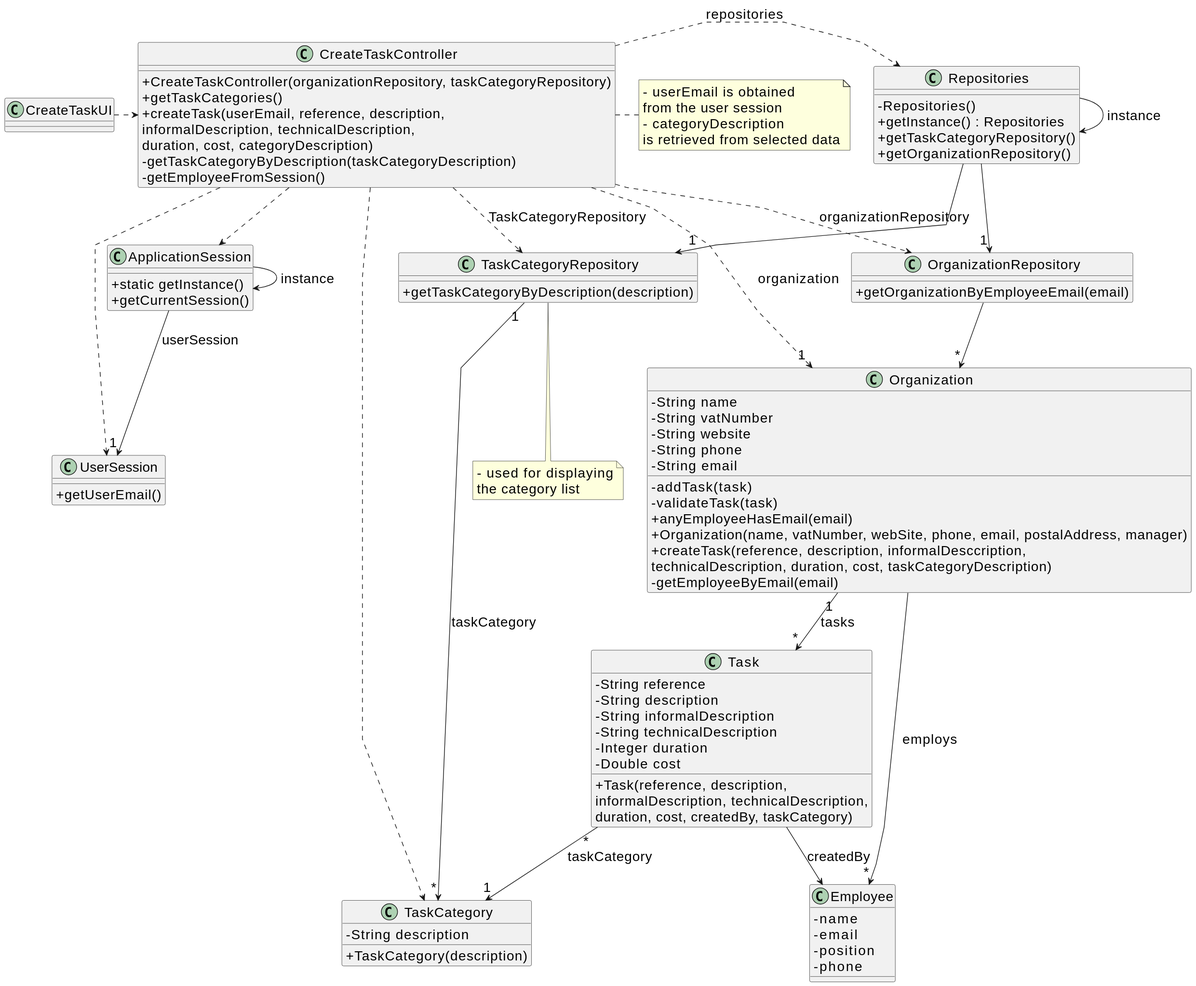
Before: docs/sprintB/us001/03.design/svg/us001-class-diagram.svg, a diagram exported from PlantUML (Departamento-de-Engenharia-Informatica/lei-24-s2-1dl-g121).
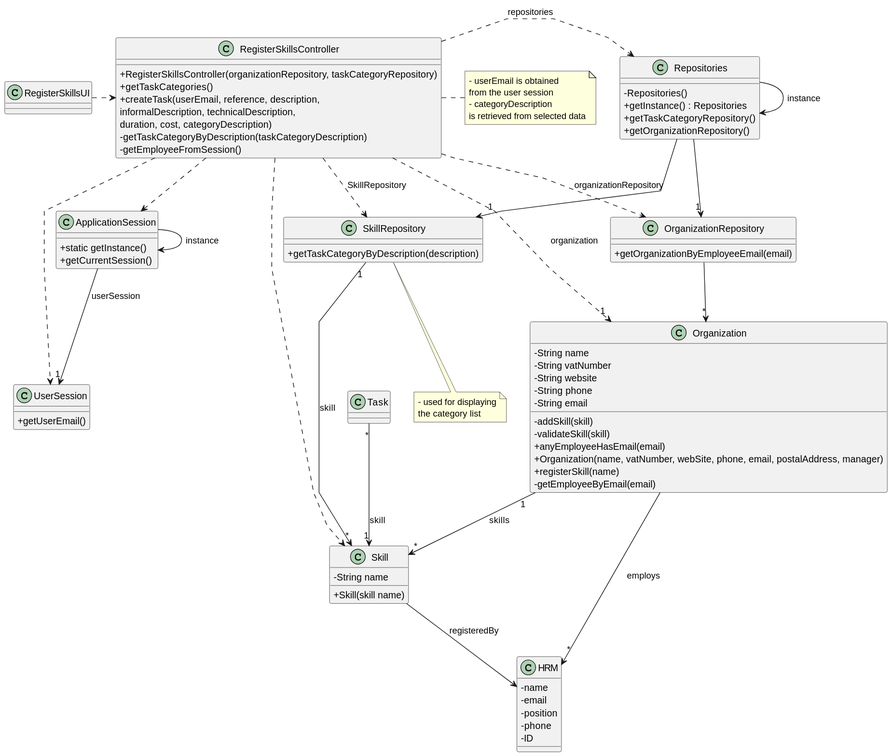
After the change.

Commit message:
us001 class diagram almost finished

What changed in the source:
```diff
@@ -1,5 +1,4 @@
 @startuml
-skinparamlocked defaultFontSize 20
 skinparam packageStyle rectangle
 skinparam shadowing false
 skinparam linetype polyline
@@ -18,29 +17,20 @@
     + getUserEmail()
 }
 
-class Employee {
+class HRM {
     - name
     - email
     - position
     - phone
+    - ID
 }
 
-class Task {
-    - String reference
-    - String description
-    - String informalDescription
-    - String technicalDescription
-    - Integer duration
-    - Double cost
+class Skill {
+    - String name
 
-    + Task(reference, description,\ninformalDescription, technicalDescription,\nduration, cost, createdBy, taskCategory)
+    + Skill(skill name)
 }
 
-class TaskCategory {
-    - String description
-
-    + TaskCategory(description)
-}
 
 class Organization {
     - String name
@@ -49,16 +39,16 @@
     - String phone
     - String email
 
-    - addTask(task)
-    - validateTask(task)
+    - addSkill(skill)
+    - validateSkill(skill)
     + anyEmployeeHasEmail(email)
     + Organization(name, vatNumber, webSite, phone, email, postalAddress, manager)
-    + createTask(reference, description, informalDesccription,\ntechnicalDescription, duration, cost, taskCategoryDescription)
+    + registerSkill(name)
     - getEmployeeByEmail(email)
 
 }
 
-class TaskCategoryRepository {
+class SkillRepository {
     + getTaskCategoryByDescription(description)
 }
 
@@ -73,54 +63,54 @@
     + getOrganizationRepository()
 }
 
-class CreateTaskController {
-    + CreateTaskController(organizationRepository, taskCategoryRepository)
+class RegisterSkillsController {
+    + RegisterSkillsController(organizationRepository, taskCategoryRepository)
     + getTaskCategories()
     + createTask(userEmail, reference, description,\ninformalDescription, technicalDescription,\nduration, cost, categoryDescription)
     - getTaskCategoryByDescription(taskCategoryDescription)
     - getEmployeeFromSession()
 }
 
-note right of CreateTaskController
+note right of RegisterSkillsController
     - userEmail is obtained
     from the user session
     - categoryDescription
     is retrieved from selected data
 end note
 
-note bottom of TaskCategoryRepository
+note bottom of SkillRepository
     - used for displaying
     the category list
 end note
 
-class CreateTaskUI {
+class RegisterSkillsUI {
 }
 
 Repositories -> Repositories : instance
 ApplicationSession -> ApplicationSession : instance
 
-CreateTaskUI .> CreateTaskController
+RegisterSkillsUI .> RegisterSkillsController
 
-CreateTaskController .> Repositories : repositories
+RegisterSkillsController .> Repositories : repositories
 
-Repositories -> "1" TaskCategoryRepository
+Repositories -> "1" SkillRepository
 
-CreateTaskController ..> TaskCategory
-CreateTaskController ..> OrganizationRepository : organizationRepository
-CreateTaskController ..> TaskCategoryRepository : TaskCategoryRepository
+RegisterSkillsController ..> Skill
+RegisterSkillsController ..> OrganizationRepository : organizationRepository
+RegisterSkillsController ..> SkillRepository : SkillRepository
 
 Repositories --> "1" OrganizationRepository
 
 OrganizationRepository --> "*" Organization
 ApplicationSession --> "1" UserSession : userSession
 
-CreateTaskController ..> "1" Organization : organization
-CreateTaskController ..> ApplicationSession
-CreateTaskController ..> UserSession
-Task "*" --> "1" TaskCategory : taskCategory
-TaskCategoryRepository "1" --> "*" TaskCategory : taskCategory
-Organization "1" --> "*" Task : tasks
-Task --> Employee : createdBy
+RegisterSkillsController ..> "1" Organization : organization
+RegisterSkillsController ..> ApplicationSession
+RegisterSkillsController ..> UserSession
+Task "*" --> "1" Skill : skill
+SkillRepository "1" --> "*" Skill : skill
+Organization "1" --> "*" Skill : skills
+Skill --> HRM : registeredBy
 
-Organization --> "*" Employee : employs
+Organization --> "*" HRM : employs
 @enduml
```
